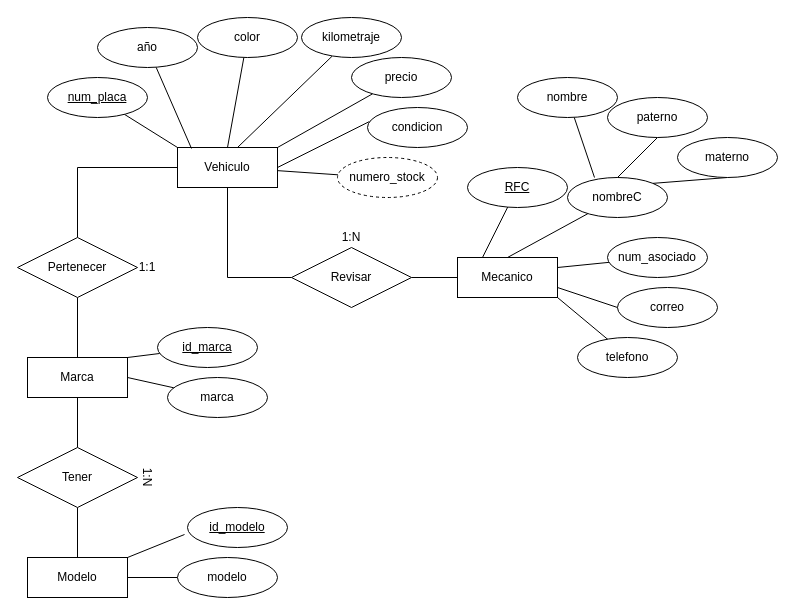
Above: Diagrama ER.drawio in angelxescomx08/baches (draw.io), before the change. Source tidied: cells renumbered, new cells numbered last; positions are measured from the earlier drawing's top-left corner, leaving out a move shared by most shapes. Both pictures are drawn from the tidied source at 100%, with x=0, y=0 at pixel (17, 17).
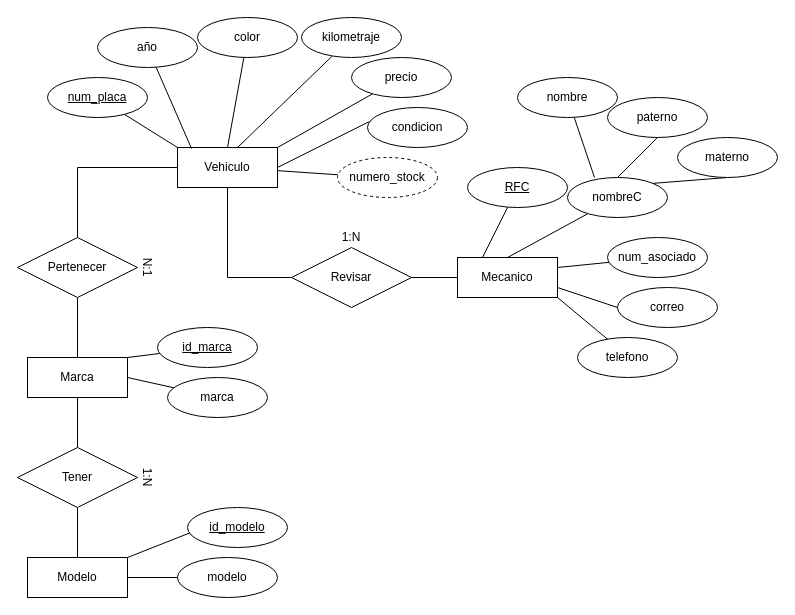
Above is the later version.

The change refers to these unchanged cells:
```xml
<mxCell id="48" value="Modelo" style="whiteSpace=wrap;html=1;align=center;" parent="1" vertex="1">
  <mxGeometry x="10" y="540" width="100" height="40" as="geometry" />
</mxCell>
<mxCell id="49" value="id_modelo" style="ellipse;whiteSpace=wrap;html=1;align=center;fontStyle=4;" parent="1" vertex="1">
  <mxGeometry x="170" y="490" width="100" height="40" as="geometry" />
</mxCell>
```

Change to the diagram source:
```diff
@@
-    <mxCell id="46" style="edgeStyle=none;rounded=0;jettySize=auto;html=1;exitX=1;exitY=0;exitDx=0;exitDy=0;entryX=-0.03;entryY=0.675;entryDx=0;entryDy=0;entryPerimeter=0;endArrow=none;endFill=0;" parent="1" edge="1" source="48" target="49">
+    <mxCell id="46" style="edgeStyle=none;rounded=0;jettySize=auto;html=1;exitX=1;exitY=0;exitDx=0;exitDy=0;endArrow=none;endFill=0;entryX=0.031;entryY=0.628;entryDx=0;entryDy=0;entryPerimeter=0;" parent="1" edge="1" source="48" target="49">
       <mxGeometry relative="1" as="geometry" />
     </mxCell>
@@
-    <mxCell id="54" value="1:1" style="text;html=1;strokeColor=none;fillColor=none;align=center;verticalAlign=middle;whiteSpace=wrap;rounded=0;" parent="1" vertex="1">
+    <mxCell id="54" value="N:1" style="text;html=1;strokeColor=none;fillColor=none;align=center;verticalAlign=middle;whiteSpace=wrap;rounded=0;rotation=90;" parent="1" vertex="1">
       <mxGeometry x="110" y="240" width="40" height="20" as="geometry" />
     </mxCell>
```
